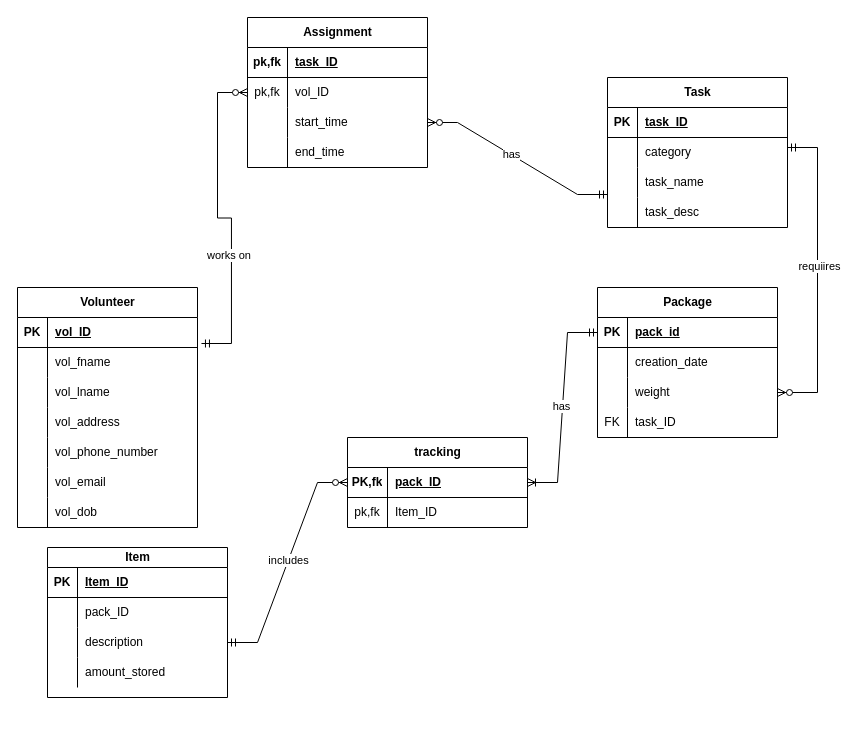
Earlier version of the draw.io diagram Untitled Diagram.drawio (yumvinegar/database). Source tidied: cells renumbered, new cells numbered last; positions are measured from the earlier drawing's top-left corner, leaving out a move shared by most shapes. Both pictures are drawn from the tidied source at 100%, with x=0, y=0 at pixel (17, 17).
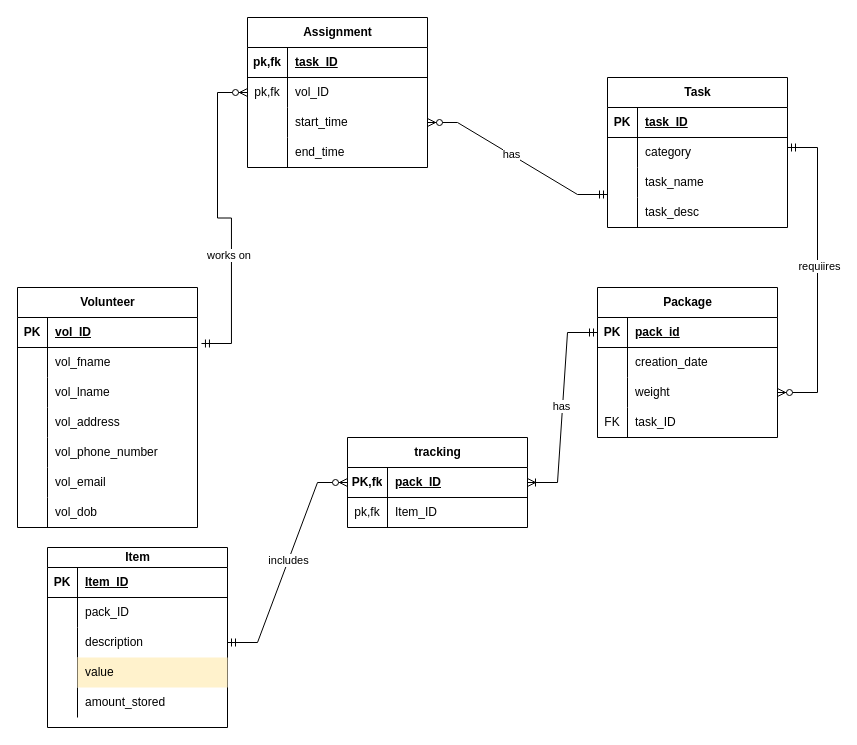
The same page after the edit.

What changed in the source:
```diff
@@
     <mxCell id="24" value="Item" style="shape=table;startSize=20;childLayout=tableLayout;rowLines=0;fontStyle=1;align=center;html=1;" parent="1" vertex="1">
-      <mxGeometry x="30" y="530" width="180" height="150" as="geometry" />
+      <mxGeometry x="30" y="530" width="180" height="180" as="geometry" />
     </mxCell>
@@
+    <mxCell id="93" style="shape=tableRow;horizontal=0;startSize=0;swimlaneHead=0;swimlaneBody=0;fillColor=none;top=0;left=0;right=0;bottom=0;" parent="24" vertex="1">
+      <mxGeometry y="110" width="180" height="30" as="geometry" />
+    </mxCell>
+    <mxCell id="94" style="shape=partialRectangle;fillColor=none;top=0;left=0;bottom=0;right=0;overflow=hidden;whiteSpace=wrap;html=1;" parent="93" vertex="1">
+      <mxGeometry width="30" height="30" as="geometry" />
+    </mxCell>
+    <mxCell id="95" value="value" style="shape=partialRectangle;fillColor=#fff2cc;top=0;left=0;bottom=0;right=0;align=left;spacingLeft=6;overflow=hidden;whiteSpace=wrap;html=1;strokeColor=#d6b656;" parent="93" vertex="1">
+      <mxGeometry x="30" width="150" height="30" as="geometry" />
+    </mxCell>
     <mxCell id="34" style="shape=tableRow;horizontal=0;startSize=0;swimlaneHead=0;swimlaneBody=0;fillColor=none;top=0;left=0;right=0;bottom=0;" parent="24" vertex="1">
-      <mxGeometry y="110" width="180" height="30" as="geometry" />
+      <mxGeometry y="140" width="180" height="30" as="geometry" />
     </mxCell>
```
